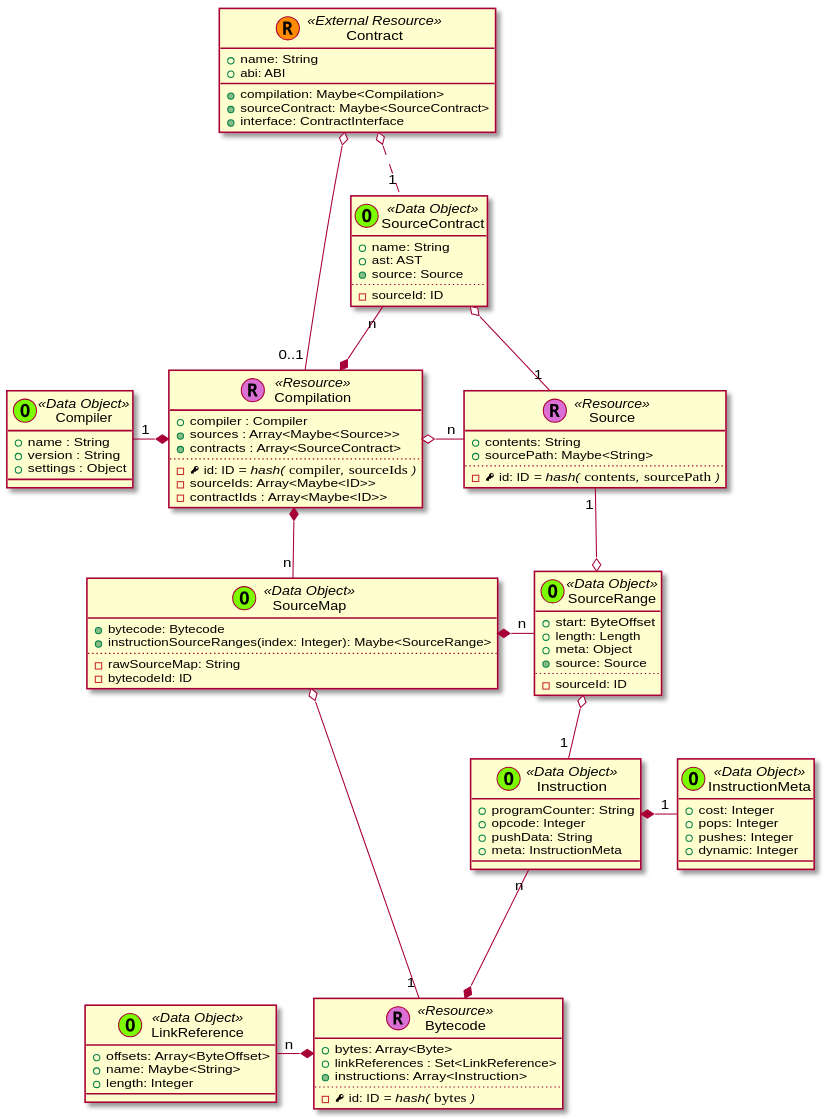
Before: _images/plantuml-e9147eb3f2fd48370e6ec239004ba66ea4d7f91a.svg, a diagram exported from PlantUML (trufflesuite/artifact-updates).
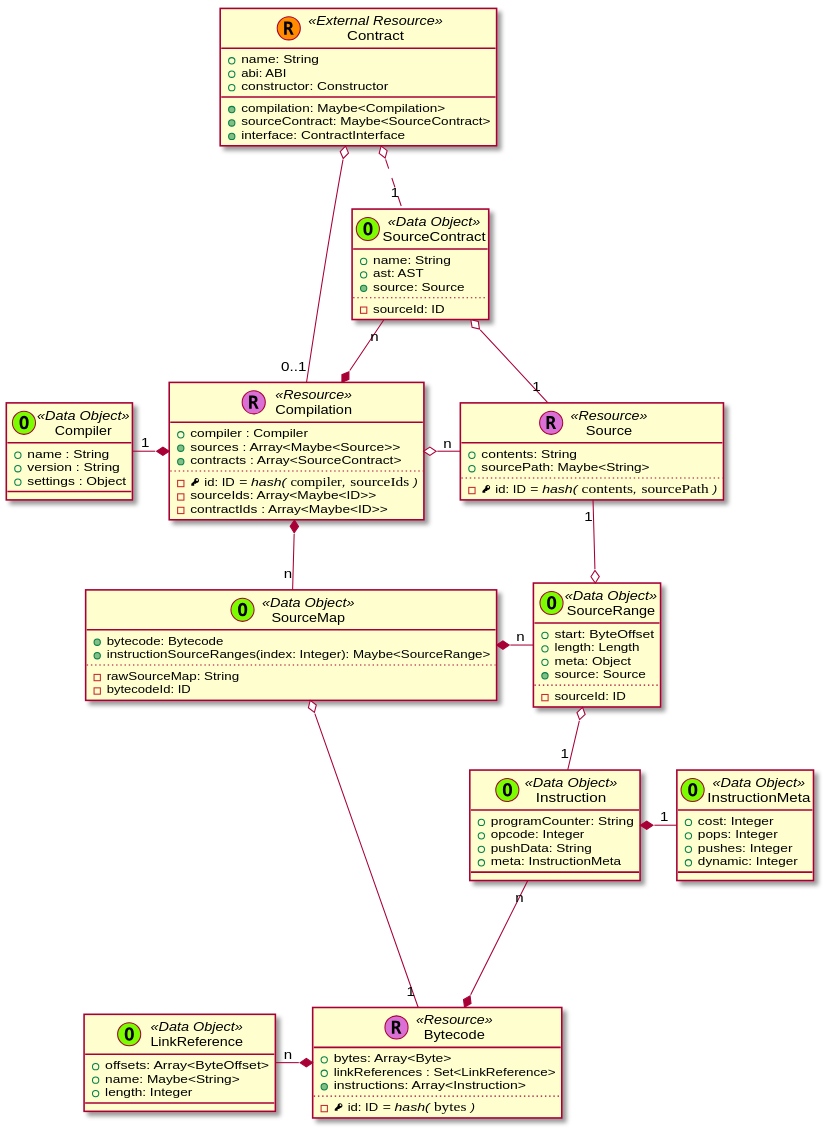
After the commit.

What changed in the source:
```diff
@@ -10,6 +10,7 @@
     class Contract << (R,darkorange) External Resource >> {
       + name: String
       + abi: ABI
+      + constructor: Constructor
       + {method} compilation: Maybe<Compilation>
       + {method} sourceContract: Maybe<SourceContract>
       + {method} interface: ContractInterface
```
